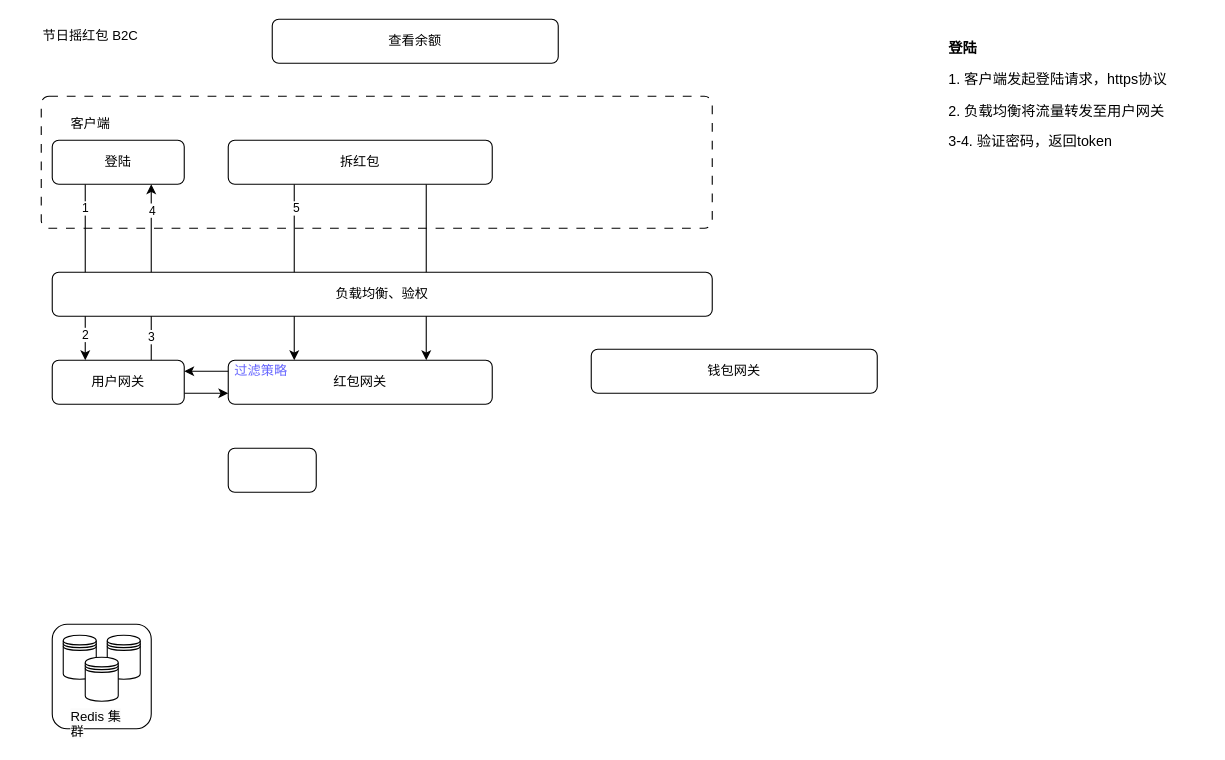
Before: 抢红包系统设计.drawio in BacklitCat/Architecture, a draw.io diagram. Source tidied: cells renumbered, new cells numbered last; positions are measured from the earlier drawing's top-left corner, leaving out a move shared by most shapes. Both pictures are drawn from the tidied source at 110%, with x=0, y=0 at pixel (19, 19).
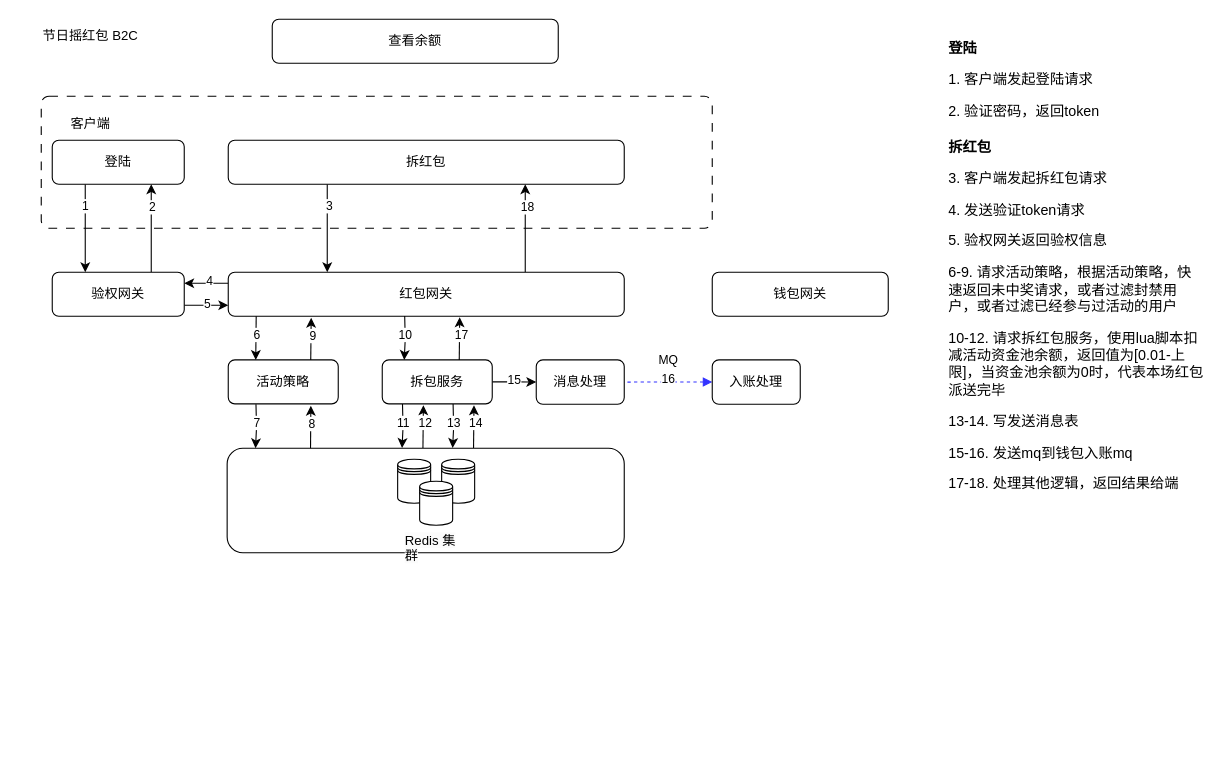
The same diagram, later.

Commit message (it also covers changes not shown here):
更新抢红包系统设计.drawio

Unchanged cells that the change refers to:
```xml
<mxCell id="3" style="edgeStyle=orthogonalEdgeStyle;rounded=0;jettySize=auto;html=1;exitX=0.25;exitY=1;exitDx=0;exitDy=0;entryX=0.25;entryY=0;entryDx=0;entryDy=0;" parent="1" edge="1" source="6" target="10">
  <mxGeometry relative="1" as="geometry" />
</mxCell>
```

What changed in the source:
```diff
@@
-    <mxCell id="4" value="5" style="edgeLabel;html=1;align=center;verticalAlign=middle;" parent="3" vertex="1">
-      <mxGeometry x="-0.74" y="1" relative="1" as="geometry" />
+    <mxCell id="4" value="3" style="edgeLabel;html=1;align=center;verticalAlign=middle;" parent="3" vertex="1">
+      <mxGeometry x="-0.74" y="1" relative="1" as="geometry">
+        <mxPoint y="9" as="offset" />
+      </mxGeometry>
     </mxCell>
-    <mxCell id="5" style="edgeStyle=orthogonalEdgeStyle;rounded=0;jettySize=auto;html=1;exitX=0.75;exitY=1;exitDx=0;exitDy=0;entryX=0.75;entryY=0;entryDx=0;entryDy=0;" parent="1" edge="1" source="6" target="10">
+    <mxCell id="5" style="edgeStyle=orthogonalEdgeStyle;rounded=0;jettySize=auto;html=1;exitX=0.75;exitY=1;exitDx=0;exitDy=0;entryX=0.75;entryY=0;entryDx=0;entryDy=0;endArrow=none;endFill=0;startArrow=classic;startFill=1;" parent="1" edge="1" source="6" target="10">
       <mxGeometry relative="1" as="geometry" />
     </mxCell>
+    <mxCell id="33" value="18" style="edgeLabel;html=1;align=center;verticalAlign=middle;" parent="5" vertex="1">
+      <mxGeometry x="-0.51" y="1" relative="1" as="geometry" />
+    </mxCell>
     <mxCell id="6" value="拆红包" style="rounded=1;whiteSpace=wrap;html=1;" parent="1" vertex="1">
-      <mxGeometry x="190" y="110" width="240" height="40" as="geometry" />
+      <mxGeometry x="190" y="110" width="360" height="40" as="geometry" />
     </mxCell>
@@
+    <mxCell id="34" style="edgeStyle=orthogonalEdgeStyle;rounded=0;jettySize=auto;html=1;exitX=0;exitY=0.25;exitDx=0;exitDy=0;entryX=1;entryY=0.25;entryDx=0;entryDy=0;" parent="1" edge="1" source="10" target="23">
+      <mxGeometry relative="1" as="geometry" />
+    </mxCell>
+    <mxCell id="22" value="4" style="edgeLabel;html=1;align=center;verticalAlign=middle;" parent="34" vertex="1">
+      <mxGeometry x="-0.1" y="-2" relative="1" as="geometry" />
+    </mxCell>
     <mxCell id="10" value="红包网关" style="rounded=1;whiteSpace=wrap;html=1;" parent="1" vertex="1">
-      <mxGeometry x="190" y="310" width="240" height="40" as="geometry" />
+      <mxGeometry x="190" y="230" width="360" height="40" as="geometry" />
     </mxCell>
     <mxCell id="11" value="钱包网关" style="rounded=1;whiteSpace=wrap;html=1;" parent="1" vertex="1">
-      <mxGeometry x="520" y="300" width="260" height="40" as="geometry" />
+      <mxGeometry x="630" y="230" width="160" height="40" as="geometry" />
     </mxCell>
-    <mxCell id="12" style="group;" parent="1" vertex="1">
-      <mxGeometry x="30" y="550" width="90" height="100" as="geometry" />
-    </mxCell>
+    <mxCell id="19" style="edgeStyle=orthogonalEdgeStyle;rounded=0;jettySize=auto;html=1;exitX=1;exitY=0.75;exitDx=0;exitDy=0;entryX=0;entryY=0.75;entryDx=0;entryDy=0;" parent="1" edge="1" source="23" target="10">
+      <mxGeometry relative="1" as="geometry" />
+    </mxCell>
+    <mxCell id="35" value="5" style="edgeLabel;html=1;align=center;verticalAlign=middle;" parent="19" vertex="1">
+      <mxGeometry y="2" relative="1" as="geometry" />
+    </mxCell>
+    <mxCell id="20" style="edgeStyle=orthogonalEdgeStyle;rounded=0;jettySize=auto;html=1;exitX=0.75;exitY=0;exitDx=0;exitDy=0;entryX=0.75;entryY=1;entryDx=0;entryDy=0;" parent="1" edge="1" source="23" target="27">
+      <mxGeometry relative="1" as="geometry" />
+    </mxCell>
+    <mxCell id="26" value="2" style="edgeLabel;html=1;align=center;verticalAlign=middle;" parent="20" vertex="1">
+      <mxGeometry x="0.49" relative="1" as="geometry" />
+    </mxCell>
+    <mxCell id="23" value="验权网关" style="rounded=1;whiteSpace=wrap;html=1;" parent="1" vertex="1">
+      <mxGeometry x="30" y="230" width="120" height="40" as="geometry" />
+    </mxCell>
+    <mxCell id="24" style="edgeStyle=orthogonalEdgeStyle;rounded=0;jettySize=auto;html=1;exitX=0.25;exitY=1;exitDx=0;exitDy=0;entryX=0.25;entryY=0;entryDx=0;entryDy=0;" parent="1" edge="1" source="27" target="23">
+      <mxGeometry relative="1" as="geometry" />
+    </mxCell>
+    <mxCell id="25" value="1" style="edgeLabel;html=1;align=center;verticalAlign=middle;" parent="24" vertex="1">
+      <mxGeometry x="-0.74" relative="1" as="geometry">
+        <mxPoint y="9" as="offset" />
+      </mxGeometry>
+    </mxCell>
+    <mxCell id="27" value="登陆" style="rounded=1;whiteSpace=wrap;html=1;" parent="1" vertex="1">
+      <mxGeometry x="30" y="110" width="120" height="40" as="geometry" />
+    </mxCell>
+    <mxCell id="36" style="edgeStyle=orthogonalEdgeStyle;rounded=0;jettySize=auto;html=1;exitX=0.75;exitY=0;exitDx=0;exitDy=0;entryX=0.314;entryY=1.042;entryDx=0;entryDy=0;entryPerimeter=0;" parent="1" edge="1" source="28">
+      <mxGeometry relative="1" as="geometry">
+        <mxPoint x="265.4" y="271.4" as="targetPoint" />
+      </mxGeometry>
+    </mxCell>
+    <mxCell id="37" value="9" style="edgeLabel;html=1;align=center;verticalAlign=middle;" parent="36" vertex="1">
+      <mxGeometry x="0.17" y="-1" relative="1" as="geometry" />
+    </mxCell>
+    <mxCell id="28" value="活动策略" style="rounded=1;whiteSpace=wrap;html=1;" parent="1" vertex="1">
+      <mxGeometry x="190" y="309.7" width="100" height="40" as="geometry" />
+    </mxCell>
+    <mxCell id="31" value="&lt;h1 style=&quot;font-size: 13px;&quot;&gt;&lt;font style=&quot;font-size: 13px;&quot;&gt;登陆&lt;/font&gt;&lt;/h1&gt;&lt;p style=&quot;font-size: 13px;&quot;&gt;&lt;font style=&quot;font-size: 13px;&quot;&gt;1. 客户端发起登陆请求&lt;/font&gt;&lt;/p&gt;&lt;p style=&quot;font-size: 13px;&quot;&gt;&lt;font style=&quot;font-size: 13px;&quot;&gt;2.&amp;nbsp;&lt;/font&gt;&lt;span style=&quot;background-color: initial;&quot;&gt;验证密码，返回token&lt;/span&gt;&lt;/p&gt;" style="text;html=1;strokeColor=none;fillColor=none;spacing=5;spacingTop=-20;whiteSpace=wrap;overflow=hidden;rounded=0;" parent="1" vertex="1">
+      <mxGeometry x="840" y="20" width="220" height="80" as="geometry" />
+    </mxCell>
+    <mxCell id="38" value="&lt;h1 style=&quot;font-size: 13px;&quot;&gt;&lt;font style=&quot;font-size: 13px;&quot;&gt;拆红包&lt;/font&gt;&lt;/h1&gt;&lt;p style=&quot;font-size: 13px;&quot;&gt;&lt;font style=&quot;font-size: 13px;&quot;&gt;3. 客户端发起拆红包请求&lt;/font&gt;&lt;/p&gt;&lt;p style=&quot;font-size: 13px;&quot;&gt;&lt;font style=&quot;font-size: 13px;&quot;&gt;4. 发送&lt;/font&gt;&lt;span style=&quot;background-color: initial;&quot;&gt;验证token请求&lt;/span&gt;&lt;/p&gt;&lt;p style=&quot;font-size: 13px;&quot;&gt;&lt;span style=&quot;background-color: initial;&quot;&gt;5. 验权网关返回验权信息&lt;/span&gt;&lt;/p&gt;&lt;p style=&quot;font-size: 13px;&quot;&gt;&lt;span style=&quot;background-color: initial;&quot;&gt;6-9. 请求活动策略，&lt;/span&gt;&lt;span style=&quot;background-color: initial;&quot;&gt;根据活动策略，快速返回未中奖请求，或者过滤封禁用户，或者过滤已经参与过活动的用户&lt;/span&gt;&lt;/p&gt;&lt;p style=&quot;font-size: 13px;&quot;&gt;&lt;span style=&quot;background-color: initial;&quot;&gt;10-12. 请求拆红包服务，使用lua脚本扣减活动资金池余额，返回值为[0.01-上限]，当资金池余额为0时，代表本场红包派送完毕&lt;/span&gt;&lt;/p&gt;&lt;p style=&quot;font-size: 13px;&quot;&gt;&lt;span style=&quot;background-color: initial;&quot;&gt;13-14. 写发送消息表&lt;/span&gt;&lt;/p&gt;&lt;p style=&quot;font-size: 13px;&quot;&gt;&lt;span style=&quot;background-color: initial;&quot;&gt;15-16. 发送mq到钱包入账mq&lt;/span&gt;&lt;/p&gt;&lt;p style=&quot;font-size: 13px;&quot;&gt;&lt;span style=&quot;background-color: initial;&quot;&gt;17-18. 处理其他逻辑，返回结果给端&lt;/span&gt;&lt;span style=&quot;background-color: initial;&quot;&gt;&amp;nbsp;&lt;/span&gt;&lt;/p&gt;" style="text;html=1;strokeColor=none;fillColor=none;spacing=5;spacingTop=-20;whiteSpace=wrap;overflow=hidden;rounded=0;" parent="1" vertex="1">
+      <mxGeometry x="840" y="110" width="240" height="330" as="geometry" />
+    </mxCell>
+    <mxCell id="39" style="edgeStyle=orthogonalEdgeStyle;rounded=0;jettySize=auto;html=1;exitX=0.106;exitY=1.008;exitDx=0;exitDy=0;entryX=0.25;entryY=0;entryDx=0;entryDy=0;exitPerimeter=0;" parent="1" edge="1" target="28">
+      <mxGeometry relative="1" as="geometry">
+        <mxPoint x="215.4" y="270" as="sourcePoint" />
+      </mxGeometry>
+    </mxCell>
+    <mxCell id="40" value="6" style="edgeLabel;html=1;align=center;verticalAlign=middle;" parent="39" vertex="1">
+      <mxGeometry x="-0.16" relative="1" as="geometry" />
+    </mxCell>
+    <mxCell id="41" style="edgeStyle=orthogonalEdgeStyle;rounded=0;jettySize=auto;html=1;exitX=1;exitY=0.5;exitDx=0;exitDy=0;entryX=0;entryY=0.5;entryDx=0;entryDy=0;" parent="1" edge="1" source="43" target="64">
+      <mxGeometry relative="1" as="geometry" />
+    </mxCell>
+    <mxCell id="42" value="15" style="edgeLabel;html=1;align=center;verticalAlign=middle;" parent="41" vertex="1">
+      <mxGeometry y="2" relative="1" as="geometry" />
+    </mxCell>
+    <mxCell id="43" value="拆包服务" style="rounded=1;whiteSpace=wrap;html=1;" parent="1" vertex="1">
+      <mxGeometry x="330" y="309.7" width="100" height="40" as="geometry" />
+    </mxCell>
+    <mxCell id="44" style="edgeStyle=orthogonalEdgeStyle;rounded=0;orthogonalLoop=1;jettySize=auto;html=1;exitX=0.75;exitY=0;exitDx=0;exitDy=0;entryX=0.314;entryY=1.042;entryDx=0;entryDy=0;entryPerimeter=0;" parent="1" edge="1">
+      <mxGeometry relative="1" as="geometry">
+        <mxPoint x="400" y="309.7" as="sourcePoint" />
+        <mxPoint x="400.4" y="271" as="targetPoint" />
+      </mxGeometry>
+    </mxCell>
+    <mxCell id="45" value="17" style="edgeLabel;html=1;align=center;verticalAlign=middle;" parent="44" vertex="1">
+      <mxGeometry x="0.17" y="-1" relative="1" as="geometry" />
+    </mxCell>
+    <mxCell id="46" style="edgeStyle=orthogonalEdgeStyle;rounded=0;orthogonalLoop=1;jettySize=auto;html=1;exitX=0.106;exitY=1.008;exitDx=0;exitDy=0;entryX=0.25;entryY=0;entryDx=0;entryDy=0;exitPerimeter=0;" parent="1" edge="1">
+      <mxGeometry relative="1" as="geometry">
+        <mxPoint x="350.4" y="269.7" as="sourcePoint" />
+        <mxPoint x="350" y="309.7" as="targetPoint" />
+      </mxGeometry>
+    </mxCell>
+    <mxCell id="47" value="10" style="edgeLabel;html=1;align=center;verticalAlign=middle;" parent="46" vertex="1">
+      <mxGeometry x="-0.16" relative="1" as="geometry" />
+    </mxCell>
-    <mxCell id="13" style="rounded=1;whiteSpace=wrap;html=1;" parent="12" vertex="1">
-      <mxGeometry width="90" height="95" as="geometry" />
+    <mxCell id="13" style="rounded=1;whiteSpace=wrap;html=1;" parent="1" vertex="1">
+      <mxGeometry x="189" y="390" width="361" height="95" as="geometry" />
     </mxCell>
-    <mxCell id="14" style="group;" parent="12" vertex="1">
-      <mxGeometry x="10" y="10" width="70" height="90" as="geometry" />
+    <mxCell id="14" style="group;" parent="1" vertex="1">
+      <mxGeometry x="344" y="400" width="70" height="90" as="geometry" />
     </mxCell>
@@
-    <mxCell id="19" style="edgeStyle=orthogonalEdgeStyle;rounded=0;jettySize=auto;html=1;exitX=1;exitY=0.75;exitDx=0;exitDy=0;entryX=0;entryY=0.75;entryDx=0;entryDy=0;" parent="1" edge="1" source="23" target="10">
-      <mxGeometry relative="1" as="geometry" />
-    </mxCell>
-    <mxCell id="20" style="edgeStyle=orthogonalEdgeStyle;rounded=0;jettySize=auto;html=1;exitX=0.75;exitY=0;exitDx=0;exitDy=0;entryX=0.75;entryY=1;entryDx=0;entryDy=0;" parent="1" edge="1" source="23" target="27">
-      <mxGeometry relative="1" as="geometry" />
-    </mxCell>
-    <mxCell id="21" value="3" style="edgeLabel;html=1;align=center;verticalAlign=middle;" parent="20" vertex="1">
-      <mxGeometry x="-0.73" y="1" relative="1" as="geometry" />
-    </mxCell>
-    <mxCell id="22" value="4" style="edgeLabel;html=1;align=center;verticalAlign=middle;" parent="20" vertex="1">
-      <mxGeometry x="0.71" relative="1" as="geometry" />
-    </mxCell>
-    <mxCell id="23" value="用户网关" style="rounded=1;whiteSpace=wrap;html=1;" parent="1" vertex="1">
-      <mxGeometry x="30" y="310" width="120" height="40" as="geometry" />
-    </mxCell>
-    <mxCell id="24" style="edgeStyle=orthogonalEdgeStyle;rounded=0;jettySize=auto;html=1;exitX=0.25;exitY=1;exitDx=0;exitDy=0;entryX=0.25;entryY=0;entryDx=0;entryDy=0;" parent="1" edge="1" source="27" target="23">
-      <mxGeometry relative="1" as="geometry" />
-    </mxCell>
-    <mxCell id="25" value="1" style="edgeLabel;html=1;align=center;verticalAlign=middle;" parent="24" vertex="1">
-      <mxGeometry x="-0.74" relative="1" as="geometry" />
-    </mxCell>
-    <mxCell id="26" value="2" style="edgeLabel;html=1;align=center;verticalAlign=middle;" parent="24" vertex="1">
-      <mxGeometry x="0.7" relative="1" as="geometry" />
-    </mxCell>
-    <mxCell id="27" value="登陆" style="rounded=1;whiteSpace=wrap;html=1;" parent="1" vertex="1">
-      <mxGeometry x="30" y="110" width="120" height="40" as="geometry" />
-    </mxCell>
-    <mxCell id="28" style="rounded=1;whiteSpace=wrap;html=1;" parent="1" vertex="1">
-      <mxGeometry x="190" y="390" width="80" height="40" as="geometry" />
-    </mxCell>
-    <mxCell id="29" style="edgeStyle=orthogonalEdgeStyle;rounded=0;jettySize=auto;html=1;entryX=1;entryY=0.25;entryDx=0;entryDy=0;" parent="1" edge="1" source="30" target="23">
-      <mxGeometry relative="1" as="geometry" />
-    </mxCell>
-    <mxCell id="30" value="过滤策略" style="text;html=1;strokeColor=none;fillColor=none;align=center;verticalAlign=middle;whiteSpace=wrap;rounded=0;fontColor=#6666FF;" parent="1" vertex="1">
-      <mxGeometry x="190" y="305" width="60" height="30" as="geometry" />
-    </mxCell>
-    <mxCell id="31" value="&lt;h1 style=&quot;font-size: 13px;&quot;&gt;&lt;font style=&quot;font-size: 13px;&quot;&gt;登陆&lt;/font&gt;&lt;/h1&gt;&lt;p style=&quot;font-size: 13px;&quot;&gt;&lt;font style=&quot;font-size: 13px;&quot;&gt;1. 客户端发起登陆请求，https协议&lt;/font&gt;&lt;/p&gt;&lt;p style=&quot;font-size: 13px;&quot;&gt;&lt;font style=&quot;font-size: 13px;&quot;&gt;2. 负载均衡将流量转发至用户网关&lt;/font&gt;&lt;/p&gt;&lt;p style=&quot;font-size: 13px;&quot;&gt;&lt;font style=&quot;font-size: 13px;&quot;&gt;3-4. 验证密码，返回token&lt;/font&gt;&lt;/p&gt;" style="text;html=1;strokeColor=none;fillColor=none;spacing=5;spacingTop=-20;whiteSpace=wrap;overflow=hidden;rounded=0;" parent="1" vertex="1">
-      <mxGeometry x="840" y="20" width="220" height="110" as="geometry" />
-    </mxCell>
-    <mxCell id="32" value="负载均衡、验权" style="rounded=1;whiteSpace=wrap;html=1;" parent="1" vertex="1">
-      <mxGeometry x="30" y="230" width="600" height="40" as="geometry" />
-    </mxCell>
+    <mxCell id="48" style="edgeStyle=orthogonalEdgeStyle;rounded=0;orthogonalLoop=1;jettySize=auto;html=1;exitX=0.75;exitY=0;exitDx=0;exitDy=0;entryX=0.314;entryY=1.042;entryDx=0;entryDy=0;entryPerimeter=0;" parent="1" edge="1">
+      <mxGeometry relative="1" as="geometry">
+        <mxPoint x="264.8" y="390" as="sourcePoint" />
+        <mxPoint x="265.1" y="351.4" as="targetPoint" />
+      </mxGeometry>
+    </mxCell>
+    <mxCell id="49" value="8" style="edgeLabel;html=1;align=center;verticalAlign=middle;" parent="48" vertex="1">
+      <mxGeometry x="0.17" y="-1" relative="1" as="geometry" />
+    </mxCell>
+    <mxCell id="50" style="edgeStyle=orthogonalEdgeStyle;rounded=0;orthogonalLoop=1;jettySize=auto;html=1;exitX=0.106;exitY=1.008;exitDx=0;exitDy=0;entryX=0.25;entryY=0;entryDx=0;entryDy=0;exitPerimeter=0;" parent="1" edge="1">
+      <mxGeometry relative="1" as="geometry">
+        <mxPoint x="215.2" y="350" as="sourcePoint" />
+        <mxPoint x="214.8" y="390" as="targetPoint" />
+      </mxGeometry>
+    </mxCell>
+    <mxCell id="51" value="7" style="edgeLabel;html=1;align=center;verticalAlign=middle;" parent="50" vertex="1">
+      <mxGeometry x="-0.16" relative="1" as="geometry" />
+    </mxCell>
+    <mxCell id="52" style="edgeStyle=orthogonalEdgeStyle;rounded=0;orthogonalLoop=1;jettySize=auto;html=1;exitX=0.75;exitY=0;exitDx=0;exitDy=0;entryX=0.314;entryY=1.042;entryDx=0;entryDy=0;entryPerimeter=0;" parent="1" edge="1">
+      <mxGeometry relative="1" as="geometry">
+        <mxPoint x="367" y="389.7" as="sourcePoint" />
+        <mxPoint x="367.4" y="351" as="targetPoint" />
+      </mxGeometry>
+    </mxCell>
+    <mxCell id="53" value="12" style="edgeLabel;html=1;align=center;verticalAlign=middle;" parent="52" vertex="1">
+      <mxGeometry x="0.17" y="-1" relative="1" as="geometry" />
+    </mxCell>
+    <mxCell id="54" style="edgeStyle=orthogonalEdgeStyle;rounded=0;orthogonalLoop=1;jettySize=auto;html=1;exitX=0.106;exitY=1.008;exitDx=0;exitDy=0;entryX=0.25;entryY=0;entryDx=0;entryDy=0;exitPerimeter=0;" parent="1" edge="1">
+      <mxGeometry relative="1" as="geometry">
+        <mxPoint x="348.4" y="349.7" as="sourcePoint" />
+        <mxPoint x="348" y="389.7" as="targetPoint" />
+      </mxGeometry>
+    </mxCell>
+    <mxCell id="55" value="11" style="edgeLabel;html=1;align=center;verticalAlign=middle;" parent="54" vertex="1">
+      <mxGeometry x="-0.16" relative="1" as="geometry" />
+    </mxCell>
+    <mxCell id="56" style="edgeStyle=orthogonalEdgeStyle;rounded=0;jettySize=auto;html=1;startArrow=block;endArrow=none;endFill=0;dashed=1;strokeColor=#3333FF;entryX=1;entryY=0.5;entryDx=0;entryDy=0;" parent="1" edge="1" source="59" target="64">
+      <mxGeometry relative="1" as="geometry" />
+    </mxCell>
+    <mxCell id="57" value="MQ" style="edgeLabel;html=1;align=center;verticalAlign=middle;" parent="56" vertex="1">
+      <mxGeometry x="0.12" y="-4" relative="1" as="geometry">
+        <mxPoint x="5" y="-16" as="offset" />
+      </mxGeometry>
+    </mxCell>
+    <mxCell id="58" value="16" style="edgeLabel;html=1;align=center;verticalAlign=middle;" parent="56" vertex="1">
+      <mxGeometry x="-0.07" y="-3" relative="1" as="geometry">
+        <mxPoint x="-4" as="offset" />
+      </mxGeometry>
+    </mxCell>
+    <mxCell id="59" value="入账处理" style="rounded=1;whiteSpace=wrap;html=1;" parent="1" vertex="1">
+      <mxGeometry x="630" y="309.7" width="80" height="40.3" as="geometry" />
+    </mxCell>
+    <mxCell id="60" style="edgeStyle=orthogonalEdgeStyle;rounded=0;orthogonalLoop=1;jettySize=auto;html=1;exitX=0.75;exitY=0;exitDx=0;exitDy=0;entryX=0.314;entryY=1.042;entryDx=0;entryDy=0;entryPerimeter=0;" parent="1" edge="1">
+      <mxGeometry relative="1" as="geometry">
+        <mxPoint x="413" y="389.7" as="sourcePoint" />
+        <mxPoint x="413.4" y="351" as="targetPoint" />
+      </mxGeometry>
+    </mxCell>
+    <mxCell id="61" value="14" style="edgeLabel;html=1;align=center;verticalAlign=middle;" parent="60" vertex="1">
+      <mxGeometry x="0.17" y="-1" relative="1" as="geometry" />
+    </mxCell>
+    <mxCell id="62" style="edgeStyle=orthogonalEdgeStyle;rounded=0;orthogonalLoop=1;jettySize=auto;html=1;exitX=0.106;exitY=1.008;exitDx=0;exitDy=0;entryX=0.25;entryY=0;entryDx=0;entryDy=0;exitPerimeter=0;" parent="1" edge="1">
+      <mxGeometry relative="1" as="geometry">
+        <mxPoint x="394.4" y="349.7" as="sourcePoint" />
+        <mxPoint x="394" y="389.7" as="targetPoint" />
+      </mxGeometry>
+    </mxCell>
+    <mxCell id="63" value="13" style="edgeLabel;html=1;align=center;verticalAlign=middle;" parent="62" vertex="1">
+      <mxGeometry x="-0.16" relative="1" as="geometry" />
+    </mxCell>
+    <mxCell id="64" value="消息处理" style="rounded=1;whiteSpace=wrap;html=1;" parent="1" vertex="1">
+      <mxGeometry x="470" y="309.7" width="80" height="40.3" as="geometry" />
+    </mxCell>
```
